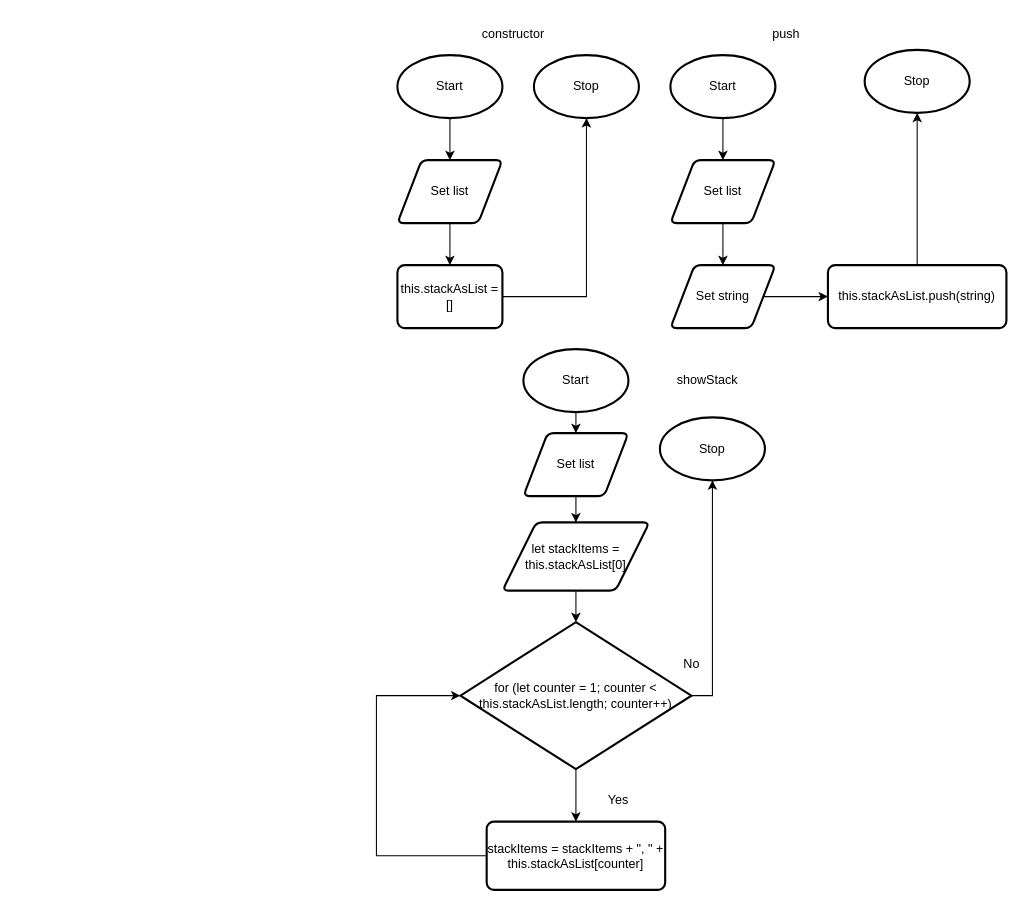
Above: Unit2-01/design/flowchart.drawio in Kenny-Le-281/ICS4U-Unit2-Kenny-Le (draw.io), before the change. Source tidied: cells renumbered, new cells numbered last; positions are measured from the earlier drawing's top-left corner, leaving out a move shared by most shapes. Both pictures are drawn from the tidied source at 105%, with x=0, y=0 at pixel (376, 18).
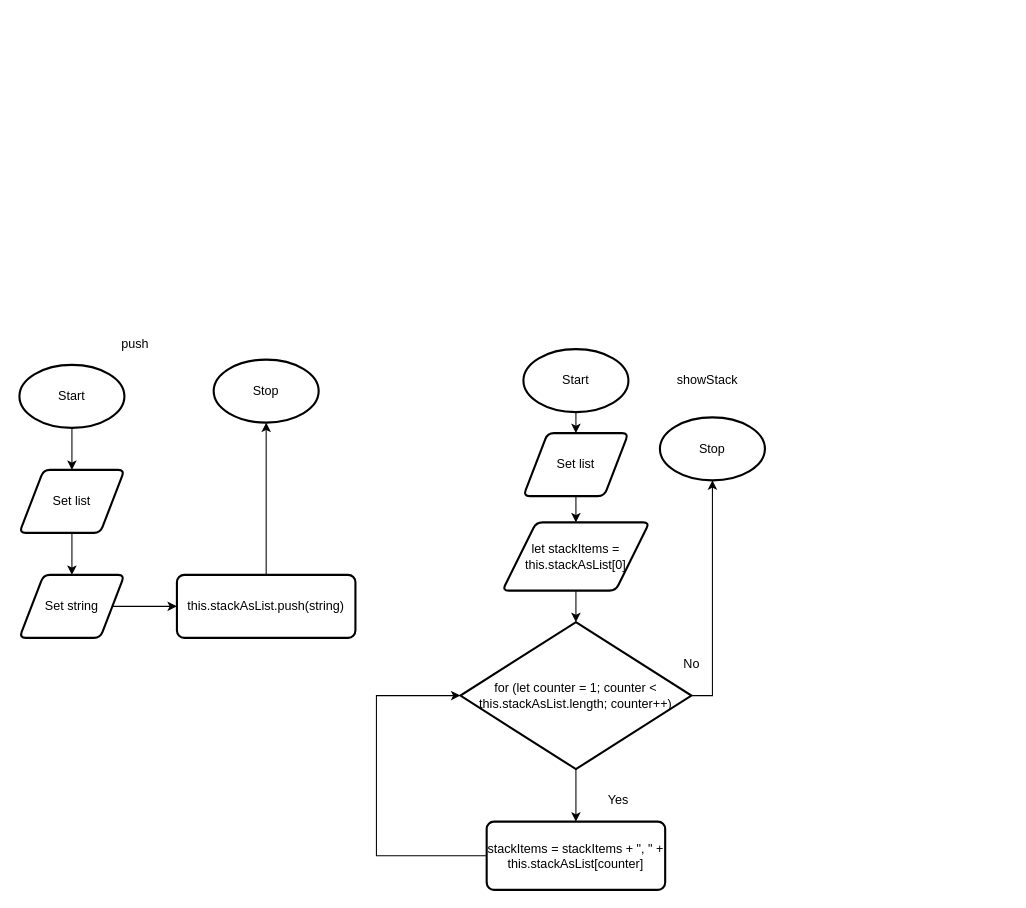
Above is the later version.

Change to the diagram source:
```diff
@@
-    <mxCell id="2" style="edgeStyle=none;html=1;entryX=0.5;entryY=0;entryDx=0;entryDy=0;" parent="1" edge="1" source="3">
-      <mxGeometry relative="1" as="geometry">
-        <mxPoint x="70" y="135" as="targetPoint" />
-      </mxGeometry>
-    </mxCell>
-    <mxCell id="3" value="Start" style="strokeWidth=2;html=1;shape=mxgraph.flowchart.start_1;whiteSpace=wrap;" parent="1" vertex="1">
-      <mxGeometry x="20" y="35" width="100" height="60" as="geometry" />
-    </mxCell>
-    <mxCell id="4" value="Stop" style="strokeWidth=2;html=1;shape=mxgraph.flowchart.start_1;whiteSpace=wrap;" parent="1" vertex="1">
-      <mxGeometry x="150" y="35" width="100" height="60" as="geometry" />
-    </mxCell>
-    <mxCell id="5" style="edgeStyle=none;html=1;entryX=0.5;entryY=0;entryDx=0;entryDy=0;fontSize=12;" parent="1" edge="1">
-      <mxGeometry relative="1" as="geometry">
-        <mxPoint x="70" y="195" as="sourcePoint" />
-        <mxPoint x="70" y="235" as="targetPoint" />
-      </mxGeometry>
-    </mxCell>
-    <mxCell id="6" value="Set list" style="shape=parallelogram;html=1;strokeWidth=2;perimeter=parallelogramPerimeter;whiteSpace=wrap;rounded=1;arcSize=12;size=0.23;" parent="1" vertex="1">
-      <mxGeometry x="20" y="135" width="100" height="60" as="geometry" />
-    </mxCell>
-    <mxCell id="7" style="edgeStyle=none;html=1;entryX=0.5;entryY=1;entryDx=0;entryDy=0;entryPerimeter=0;rounded=0;" parent="1" edge="1" source="8" target="4">
-      <mxGeometry relative="1" as="geometry">
-        <Array as="points">
-          <mxPoint x="200" y="265" />
-        </Array>
-      </mxGeometry>
-    </mxCell>
-    <mxCell id="8" value="this.stackAsList = []" style="rounded=1;whiteSpace=wrap;html=1;absoluteArcSize=1;arcSize=14;strokeWidth=2;" parent="1" vertex="1">
-      <mxGeometry x="20" y="235" width="100" height="60" as="geometry" />
-    </mxCell>
-    <mxCell id="9" value="constructor" style="text;html=1;align=center;verticalAlign=middle;strokeColor=none;fillColor=none;" parent="1" vertex="1">
-      <mxGeometry x="90" width="80" height="30" as="geometry" />
-    </mxCell>
     <mxCell id="10" style="edgeStyle=none;html=1;entryX=0.5;entryY=0;entryDx=0;entryDy=0;" parent="1" edge="1" source="11">
       <mxGeometry relative="1" as="geometry">
-        <mxPoint x="330" y="135" as="targetPoint" />
+        <mxPoint x="-290" y="430" as="targetPoint" />
       </mxGeometry>
     </mxCell>
     <mxCell id="11" value="Start" style="strokeWidth=2;html=1;shape=mxgraph.flowchart.start_1;whiteSpace=wrap;" parent="1" vertex="1">
-      <mxGeometry x="280" y="35" width="100" height="60" as="geometry" />
+      <mxGeometry x="-340" y="330" width="100" height="60" as="geometry" />
     </mxCell>
     <mxCell id="12" value="Stop" style="strokeWidth=2;html=1;shape=mxgraph.flowchart.start_1;whiteSpace=wrap;" parent="1" vertex="1">
-      <mxGeometry x="465" y="30" width="100" height="60" as="geometry" />
+      <mxGeometry x="-155" y="325" width="100" height="60" as="geometry" />
     </mxCell>
     <mxCell id="13" style="edgeStyle=none;html=1;entryX=0.5;entryY=0;entryDx=0;entryDy=0;fontSize=12;" parent="1" edge="1">
       <mxGeometry relative="1" as="geometry">
-        <mxPoint x="330" y="195" as="sourcePoint" />
-        <mxPoint x="330" y="235" as="targetPoint" />
+        <mxPoint x="-290" y="490" as="sourcePoint" />
+        <mxPoint x="-290" y="530" as="targetPoint" />
       </mxGeometry>
     </mxCell>
     <mxCell id="14" value="Set list" style="shape=parallelogram;html=1;strokeWidth=2;perimeter=parallelogramPerimeter;whiteSpace=wrap;rounded=1;arcSize=12;size=0.23;" parent="1" vertex="1">
-      <mxGeometry x="280" y="135" width="100" height="60" as="geometry" />
+      <mxGeometry x="-340" y="430" width="100" height="60" as="geometry" />
     </mxCell>
@@
     <mxCell id="16" value="&lt;font style=&quot;font-size: 12px;&quot;&gt;this.stackAsList.push(string)&lt;/font&gt;" style="rounded=1;whiteSpace=wrap;html=1;absoluteArcSize=1;arcSize=14;strokeWidth=2;fontSize=9;" parent="1" vertex="1">
-      <mxGeometry x="430" y="235" width="170" height="60" as="geometry" />
+      <mxGeometry x="-190" y="530" width="170" height="60" as="geometry" />
     </mxCell>
     <mxCell id="17" value="push" style="text;html=1;align=center;verticalAlign=middle;strokeColor=none;fillColor=none;" parent="1" vertex="1">
-      <mxGeometry x="365" width="50" height="30" as="geometry" />
+      <mxGeometry x="-255" y="295" width="50" height="30" as="geometry" />
     </mxCell>
@@
     <mxCell id="19" value="Set string" style="shape=parallelogram;html=1;strokeWidth=2;perimeter=parallelogramPerimeter;whiteSpace=wrap;rounded=1;arcSize=12;size=0.23;" parent="1" vertex="1">
-      <mxGeometry x="280" y="235" width="100" height="60" as="geometry" />
+      <mxGeometry x="-340" y="530" width="100" height="60" as="geometry" />
     </mxCell>
```
